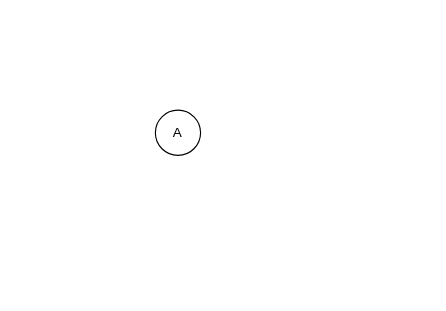
Before: Untitled Diagram.drawio in semihhdemirel/semihhdemirel, a draw.io diagram. Source tidied: cells renumbered, new cells numbered last; positions are measured from the earlier drawing's top-left corner, leaving out a move shared by most shapes. Both pictures are drawn from the tidied source at 113%, with x=0, y=0 at pixel (155, 110).
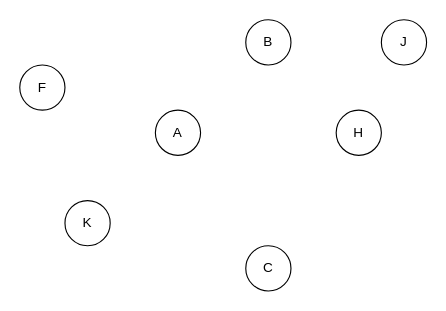
The same diagram, later.

The edit, as a diff of the source:
```diff
@@
 <mxGraphModel>
   <root>
     <mxCell id="0" />
     <mxCell id="1" parent="0" />
     <mxCell id="2" value="A" style="ellipse;whiteSpace=wrap;html=1;" parent="1" vertex="1">
       <mxGeometry width="40" height="40" as="geometry" />
     </mxCell>
+    <mxCell id="3" value="F" style="ellipse;whiteSpace=wrap;html=1;" parent="1" vertex="1">
+      <mxGeometry x="-120" y="-40" width="40" height="40" as="geometry" />
+    </mxCell>
+    <mxCell id="4" value="K" style="ellipse;whiteSpace=wrap;html=1;" parent="1" vertex="1">
+      <mxGeometry x="-80" y="80" width="40" height="40" as="geometry" />
+    </mxCell>
+    <mxCell id="5" value="C" style="ellipse;whiteSpace=wrap;html=1;" parent="1" vertex="1">
+      <mxGeometry x="80" y="120" width="40" height="40" as="geometry" />
+    </mxCell>
+    <mxCell id="6" value="B" style="ellipse;whiteSpace=wrap;html=1;" parent="1" vertex="1">
+      <mxGeometry x="80" y="-80" width="40" height="40" as="geometry" />
+    </mxCell>
+    <mxCell id="7" value="H" style="ellipse;whiteSpace=wrap;html=1;" parent="1" vertex="1">
+      <mxGeometry x="160" width="40" height="40" as="geometry" />
+    </mxCell>
+    <mxCell id="8" value="J" style="ellipse;whiteSpace=wrap;html=1;" parent="1" vertex="1">
+      <mxGeometry x="200" y="-80" width="40" height="40" as="geometry" />
+    </mxCell>
   </root>
 </mxGraphModel>
```
